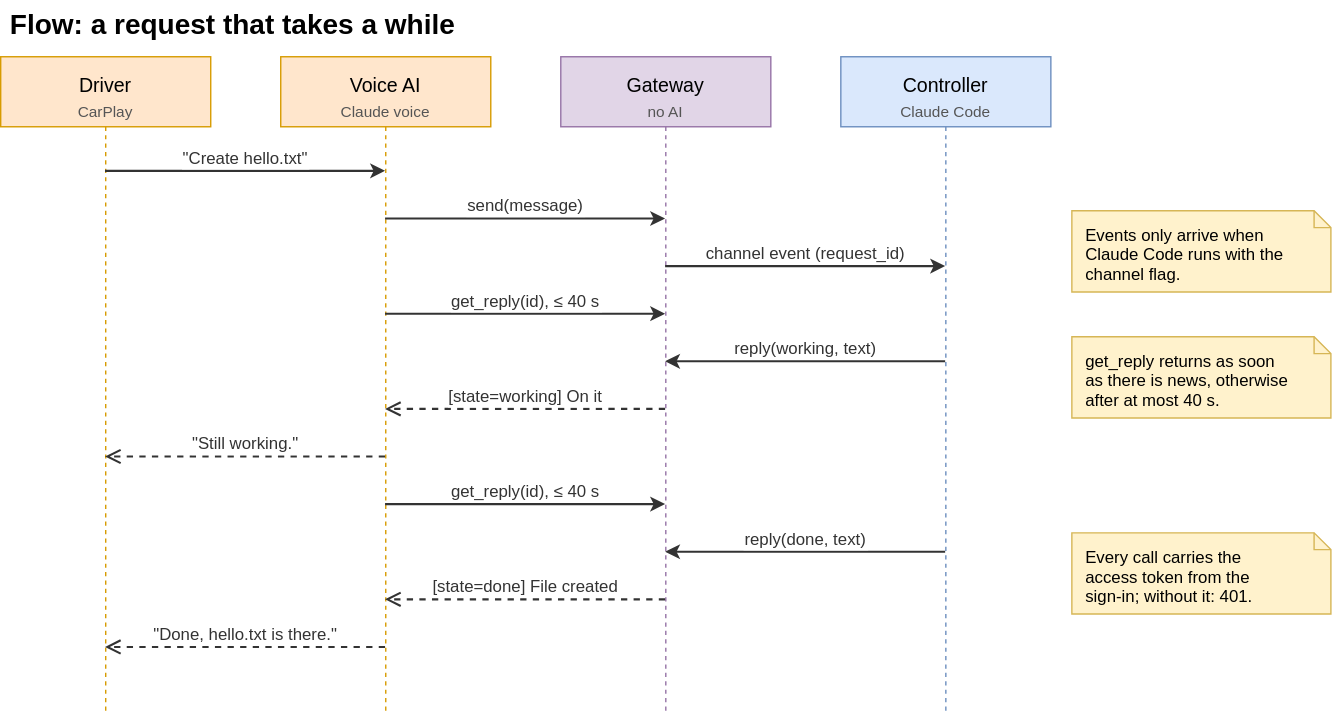
Earlier version of the draw.io export docs/request-flow.drawio.svg (alderg/cc-voice-gateway). Source tidied: cells renumbered, new cells last; positions are measured from the earlier drawing's top-left corner, leaving out a move shared by most shapes.
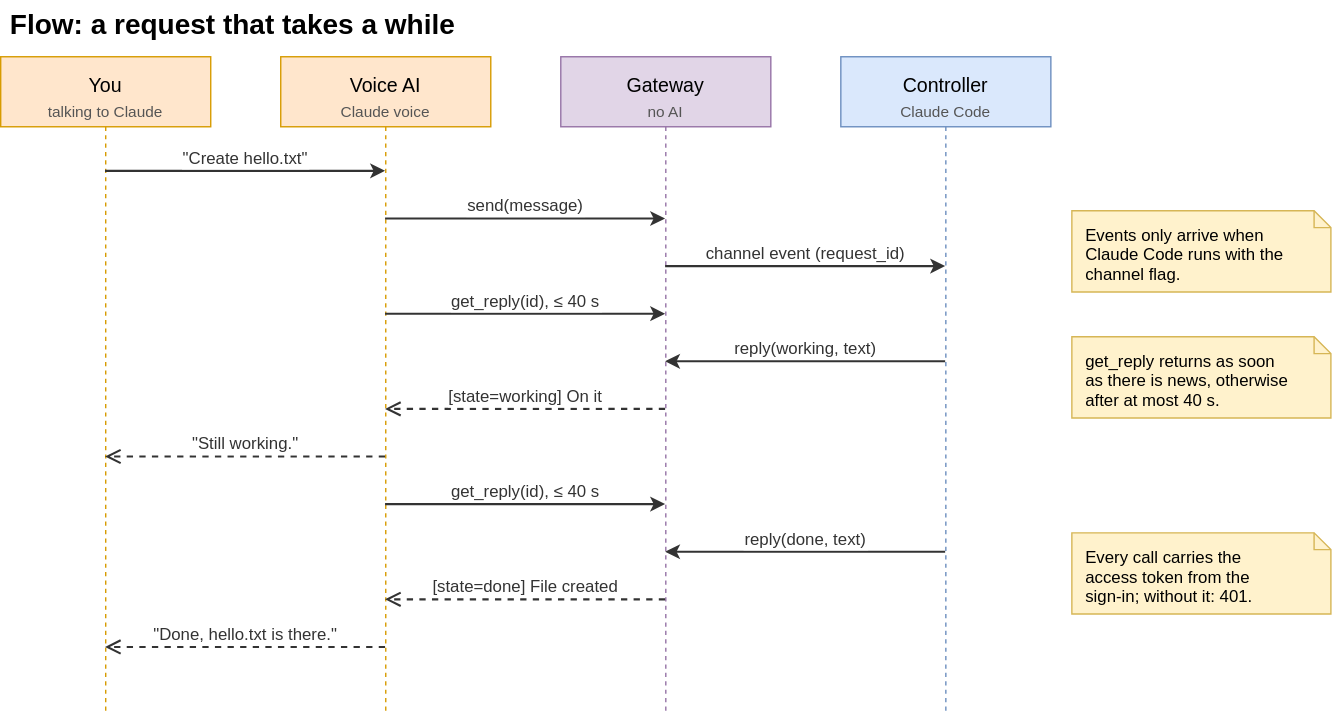
Later version of the same file.

Commit message:
README and diagrams: talking to Claude in general, CarPlay as one example

What changed in the source:
```diff
@@ -5,10 +5,10 @@
     <mxCell id="2" value="Flow: a request that takes a while" style="text;html=0;fontSize=20;align=left;verticalAlign=middle;strokeColor=none;fillColor=none;fontStyle=1;fontColor=#000000;" parent="1" vertex="1">
       <mxGeometry x="5" width="920" height="30" as="geometry" />
     </mxCell>
-    <mxCell id="3" value="Driver" style="shape=umlLifeline;perimeter=lifelinePerimeter;size=50;html=0;fontSize=14;fillColor=#ffe6cc;strokeColor=#d79b00;verticalAlign=top;spacingTop=6.5;" parent="1" vertex="1">
+    <mxCell id="3" value="You" style="shape=umlLifeline;perimeter=lifelinePerimeter;size=50;html=0;fontSize=14;fillColor=#ffe6cc;strokeColor=#d79b00;verticalAlign=top;spacingTop=6.5;" parent="1" vertex="1">
       <mxGeometry y="40" width="150" height="470" as="geometry" />
     </mxCell>
-    <mxCell id="4" value="CarPlay" style="text;html=0;fontSize=11;fontColor=#555555;align=center;verticalAlign=top;spacing=0;strokeColor=none;fillColor=none;" parent="3" vertex="1">
+    <mxCell id="4" value="talking to Claude" style="text;html=0;fontSize=11;fontColor=#555555;align=center;verticalAlign=top;spacing=0;strokeColor=none;fillColor=none;" parent="3" vertex="1">
       <mxGeometry y="28.3" width="150" height="13.2" as="geometry" />
     </mxCell>
     <mxCell id="5" value="Voice AI" style="shape=umlLifeline;perimeter=lifelinePerimeter;size=50;html=0;fontSize=14;fillColor=#ffe6cc;strokeColor=#d79b00;verticalAlign=top;spacingTop=6.5;" parent="1" vertex="1">
```
